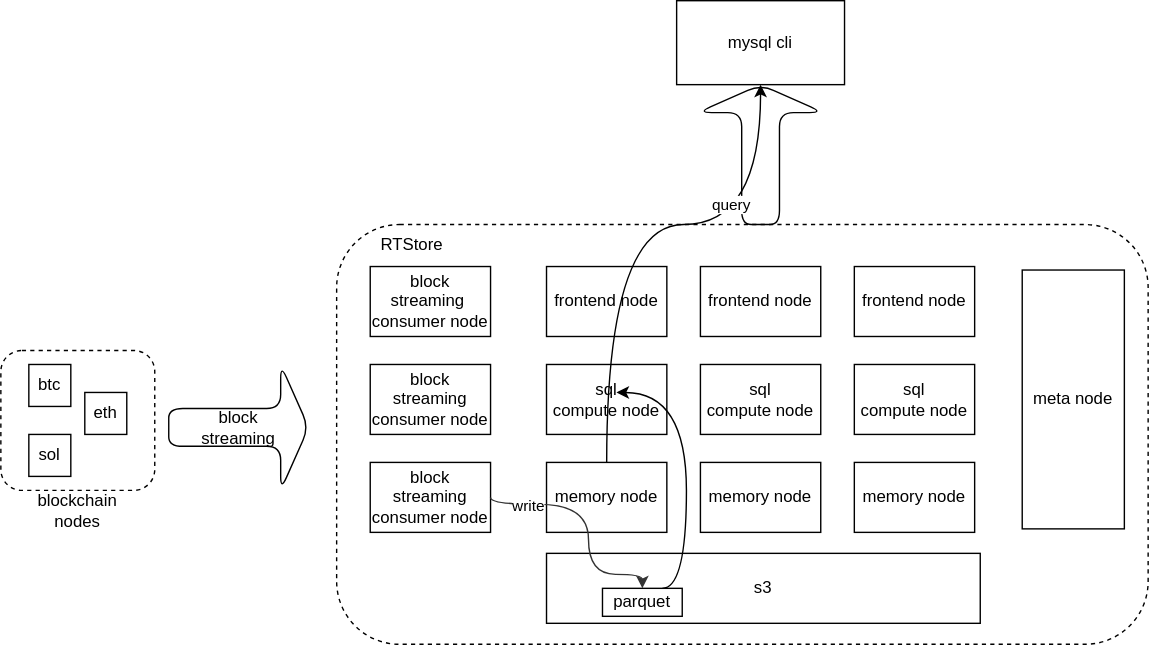
Before: docs/rtstore_arch.svg, a diagram exported from draw.io (dbpunk-labs/db3). Source tidied: cells renumbered, new cells last; positions are measured from the earlier drawing's top-left corner, leaving out a move shared by most shapes. Source of this version:
```xml
<mxGraphModel>
  <root>
    <mxCell id="0" />
    <mxCell id="1" parent="0" />
    <mxCell id="2" style="whiteSpace=wrap;html=1;sketch=0;dashed=1;rounded=1;fillColor=none;" parent="1" vertex="1">
      <mxGeometry y="250" width="110" height="100" as="geometry" />
    </mxCell>
    <mxCell id="3" value="btc" style="whiteSpace=wrap;html=1;sketch=0;rounded=0;fillColor=none;" parent="1" vertex="1">
      <mxGeometry x="20" y="260" width="30" height="30" as="geometry" />
    </mxCell>
    <mxCell id="4" value="sol" style="whiteSpace=wrap;html=1;sketch=0;rounded=0;fillColor=none;" parent="1" vertex="1">
      <mxGeometry x="20" y="310" width="30" height="30" as="geometry" />
    </mxCell>
    <mxCell id="5" value="eth" style="whiteSpace=wrap;html=1;sketch=0;rounded=0;fillColor=none;" parent="1" vertex="1">
      <mxGeometry x="60" y="280" width="30" height="30" as="geometry" />
    </mxCell>
    <mxCell id="6" value="blockchain&lt;br&gt;nodes" style="text;html=1;strokeColor=none;fillColor=none;align=center;verticalAlign=middle;whiteSpace=wrap;dashed=1;sketch=0;rounded=1;" parent="1" vertex="1">
      <mxGeometry x="25" y="350" width="60" height="30" as="geometry" />
    </mxCell>
    <mxCell id="7" value="block&lt;br&gt;streaming" style="shape=singleArrow;direction=east;whiteSpace=wrap;html=1;sketch=0;rounded=1;fillColor=none;" parent="1" vertex="1">
      <mxGeometry x="120" y="260" width="100" height="90" as="geometry" />
    </mxCell>
    <mxCell id="8" style="whiteSpace=wrap;html=1;sketch=0;dashed=1;rounded=1;fillColor=none;" parent="1" vertex="1">
      <mxGeometry x="240" y="160" width="580" height="300" as="geometry" />
    </mxCell>
    <mxCell id="9" value="block streaming&lt;br&gt;consumer node" style="whiteSpace=wrap;html=1;sketch=0;rounded=0;fillColor=none;" parent="1" vertex="1">
      <mxGeometry x="264" y="260" width="86" height="50" as="geometry" />
    </mxCell>
    <mxCell id="10" value="memory node" style="whiteSpace=wrap;html=1;sketch=0;rounded=0;fillColor=none;" parent="1" vertex="1">
      <mxGeometry x="390" y="330" width="86" height="50" as="geometry" />
    </mxCell>
    <mxCell id="11" value="memory node" style="whiteSpace=wrap;html=1;sketch=0;rounded=0;fillColor=none;" parent="1" vertex="1">
      <mxGeometry x="500" y="330" width="86" height="50" as="geometry" />
    </mxCell>
    <mxCell id="12" value="memory node" style="whiteSpace=wrap;html=1;sketch=0;rounded=0;fillColor=none;" parent="1" vertex="1">
      <mxGeometry x="610" y="330" width="86" height="50" as="geometry" />
    </mxCell>
    <mxCell id="13" value="s3" style="whiteSpace=wrap;html=1;sketch=0;rounded=0;fillColor=none;" parent="1" vertex="1">
      <mxGeometry x="390" y="395" width="310" height="50" as="geometry" />
    </mxCell>
    <mxCell id="14" value="meta node" style="whiteSpace=wrap;html=1;sketch=0;rounded=0;fillColor=none;" parent="1" vertex="1">
      <mxGeometry x="730" y="192.5" width="73" height="185" as="geometry" />
    </mxCell>
    <mxCell id="15" value="RTStore" style="text;html=1;strokeColor=none;fillColor=none;align=center;verticalAlign=middle;whiteSpace=wrap;sketch=0;rounded=1;" parent="1" vertex="1">
      <mxGeometry x="264" y="160" width="60" height="30" as="geometry" />
    </mxCell>
    <mxCell id="16" value="sql&lt;br&gt;compute node" style="whiteSpace=wrap;html=1;sketch=0;rounded=0;fillColor=none;" parent="1" vertex="1">
      <mxGeometry x="390" y="260" width="86" height="50" as="geometry" />
    </mxCell>
    <mxCell id="17" value="sql&lt;br&gt;compute node" style="whiteSpace=wrap;html=1;sketch=0;rounded=0;fillColor=none;" parent="1" vertex="1">
      <mxGeometry x="500" y="260" width="86" height="50" as="geometry" />
    </mxCell>
    <mxCell id="18" value="sql&lt;br&gt;compute node" style="whiteSpace=wrap;html=1;sketch=0;rounded=0;fillColor=none;" parent="1" vertex="1">
      <mxGeometry x="610" y="260" width="86" height="50" as="geometry" />
    </mxCell>
    <mxCell id="19" value="frontend node" style="whiteSpace=wrap;html=1;sketch=0;rounded=0;fillColor=none;" parent="1" vertex="1">
      <mxGeometry x="390" y="190" width="86" height="50" as="geometry" />
    </mxCell>
    <mxCell id="20" value="frontend node" style="whiteSpace=wrap;html=1;sketch=0;rounded=0;fillColor=none;" parent="1" vertex="1">
      <mxGeometry x="500" y="190" width="86" height="50" as="geometry" />
    </mxCell>
    <mxCell id="21" value="frontend node" style="whiteSpace=wrap;html=1;sketch=0;rounded=0;fillColor=none;" parent="1" vertex="1">
      <mxGeometry x="610" y="190" width="86" height="50" as="geometry" />
    </mxCell>
    <mxCell id="22" value="mysql cli" style="whiteSpace=wrap;html=1;sketch=0;rounded=0;fillColor=none;" parent="1" vertex="1">
      <mxGeometry x="483" width="120" height="60" as="geometry" />
    </mxCell>
    <mxCell id="23" value="block streaming&lt;br&gt;consumer node" style="whiteSpace=wrap;html=1;sketch=0;rounded=0;fillColor=none;" parent="1" vertex="1">
      <mxGeometry x="264" y="330" width="86" height="50" as="geometry" />
    </mxCell>
    <mxCell id="24" value="block streaming&amp;nbsp;&lt;br&gt;consumer node" style="whiteSpace=wrap;html=1;sketch=0;rounded=0;fillColor=none;" parent="1" vertex="1">
      <mxGeometry x="264" y="190" width="86" height="50" as="geometry" />
    </mxCell>
    <mxCell id="25" style="shape=singleArrow;direction=north;whiteSpace=wrap;html=1;sketch=0;rounded=1;fillColor=none;" parent="1" vertex="1">
      <mxGeometry x="498" y="60" width="90" height="100" as="geometry" />
    </mxCell>
    <mxCell id="26" style="curved=1;endArrow=classic;html=1;rounded=0;edgeStyle=orthogonalEdgeStyle;exitX=1;exitY=0.5;exitDx=0;exitDy=0;entryX=0.5;entryY=0;entryDx=0;entryDy=0;strokeColor=#333333;" parent="1" edge="1" source="23" target="28">
      <mxGeometry relative="1" as="geometry">
        <Array as="points">
          <mxPoint x="350" y="360" />
          <mxPoint x="420" y="360" />
          <mxPoint x="420" y="410" />
          <mxPoint x="459" y="410" />
        </Array>
      </mxGeometry>
    </mxCell>
    <mxCell id="27" value="write" style="edgeLabel;html=1;align=center;verticalAlign=middle;" parent="26" vertex="1">
      <mxGeometry x="-0.64" relative="1" as="geometry" />
    </mxCell>
    <mxCell id="28" value="parquet" style="rounded=0;whiteSpace=wrap;html=1;sketch=0;fillColor=none;" parent="1" vertex="1">
      <mxGeometry x="430" y="420" width="57" height="20" as="geometry" />
    </mxCell>
    <mxCell id="29" style="curved=1;endArrow=classic;html=1;rounded=0;edgeStyle=orthogonalEdgeStyle;" parent="1" edge="1" source="10" target="22">
      <mxGeometry relative="1" as="geometry">
        <Array as="points">
          <mxPoint x="433" y="160" />
          <mxPoint x="543" y="160" />
        </Array>
      </mxGeometry>
    </mxCell>
    <mxCell id="30" value="query" style="edgeLabel;html=1;align=center;verticalAlign=middle;" parent="29" vertex="1">
      <mxGeometry x="0.36" y="15" relative="1" as="geometry" />
    </mxCell>
    <mxCell id="31" style="curved=1;endArrow=classic;html=1;rounded=0;edgeStyle=orthogonalEdgeStyle;exitX=0.75;exitY=0;exitDx=0;exitDy=0;" parent="1" edge="1" source="28">
      <mxGeometry relative="1" as="geometry">
        <mxPoint x="440" y="280" as="targetPoint" />
        <Array as="points">
          <mxPoint x="490" y="420" />
          <mxPoint x="490" y="280" />
        </Array>
      </mxGeometry>
    </mxCell>
  </root>
</mxGraphModel>
```
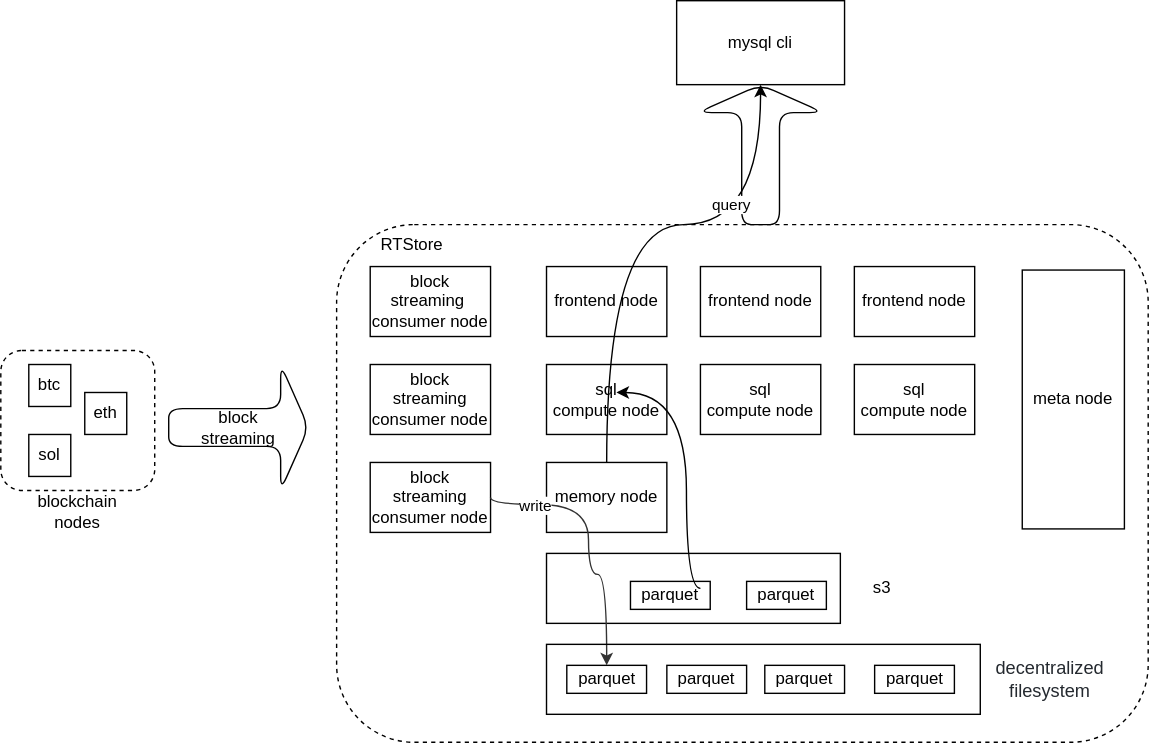
Above is the later version.

Commit message:
feat: add decentralized filesystem

The edit, as a diff of the source:
```diff
@@ -21,7 +21,7 @@
       <mxGeometry x="120" y="260" width="100" height="90" as="geometry" />
     </mxCell>
     <mxCell id="8" style="whiteSpace=wrap;html=1;sketch=0;dashed=1;rounded=1;fillColor=none;" parent="1" vertex="1">
-      <mxGeometry x="240" y="160" width="580" height="300" as="geometry" />
+      <mxGeometry x="240" y="160" width="580" height="370" as="geometry" />
     </mxCell>
     <mxCell id="9" value="block streaming&lt;br&gt;consumer node" style="whiteSpace=wrap;html=1;sketch=0;rounded=0;fillColor=none;" parent="1" vertex="1">
       <mxGeometry x="264" y="260" width="86" height="50" as="geometry" />
@@ -29,14 +29,8 @@
     <mxCell id="10" value="memory node" style="whiteSpace=wrap;html=1;sketch=0;rounded=0;fillColor=none;" parent="1" vertex="1">
       <mxGeometry x="390" y="330" width="86" height="50" as="geometry" />
     </mxCell>
-    <mxCell id="11" value="memory node" style="whiteSpace=wrap;html=1;sketch=0;rounded=0;fillColor=none;" parent="1" vertex="1">
-      <mxGeometry x="500" y="330" width="86" height="50" as="geometry" />
-    </mxCell>
-    <mxCell id="12" value="memory node" style="whiteSpace=wrap;html=1;sketch=0;rounded=0;fillColor=none;" parent="1" vertex="1">
-      <mxGeometry x="610" y="330" width="86" height="50" as="geometry" />
-    </mxCell>
-    <mxCell id="13" value="s3" style="whiteSpace=wrap;html=1;sketch=0;rounded=0;fillColor=none;" parent="1" vertex="1">
-      <mxGeometry x="390" y="395" width="310" height="50" as="geometry" />
+    <mxCell id="13" style="whiteSpace=wrap;html=1;sketch=0;rounded=0;fillColor=none;" parent="1" vertex="1">
+      <mxGeometry x="390" y="395" width="210" height="50" as="geometry" />
     </mxCell>
     <mxCell id="14" value="meta node" style="whiteSpace=wrap;html=1;sketch=0;rounded=0;fillColor=none;" parent="1" vertex="1">
       <mxGeometry x="730" y="192.5" width="73" height="185" as="geometry" />
@@ -74,13 +68,13 @@
     <mxCell id="25" style="shape=singleArrow;direction=north;whiteSpace=wrap;html=1;sketch=0;rounded=1;fillColor=none;" parent="1" vertex="1">
       <mxGeometry x="498" y="60" width="90" height="100" as="geometry" />
     </mxCell>
-    <mxCell id="26" style="curved=1;endArrow=classic;html=1;rounded=0;edgeStyle=orthogonalEdgeStyle;exitX=1;exitY=0.5;exitDx=0;exitDy=0;entryX=0.5;entryY=0;entryDx=0;entryDy=0;strokeColor=#333333;" parent="1" edge="1" source="23" target="28">
+    <mxCell id="26" style="curved=1;endArrow=classic;html=1;rounded=0;edgeStyle=orthogonalEdgeStyle;exitX=1;exitY=0.5;exitDx=0;exitDy=0;strokeColor=#333333;" parent="1" edge="1" source="23" target="33">
       <mxGeometry relative="1" as="geometry">
         <Array as="points">
           <mxPoint x="350" y="360" />
           <mxPoint x="420" y="360" />
           <mxPoint x="420" y="410" />
-          <mxPoint x="459" y="410" />
+          <mxPoint x="433" y="410" />
         </Array>
       </mxGeometry>
     </mxCell>
@@ -88,7 +82,7 @@
       <mxGeometry x="-0.64" relative="1" as="geometry" />
     </mxCell>
     <mxCell id="28" value="parquet" style="rounded=0;whiteSpace=wrap;html=1;sketch=0;fillColor=none;" parent="1" vertex="1">
-      <mxGeometry x="430" y="420" width="57" height="20" as="geometry" />
+      <mxGeometry x="450" y="415" width="57" height="20" as="geometry" />
     </mxCell>
     <mxCell id="29" style="curved=1;endArrow=classic;html=1;rounded=0;edgeStyle=orthogonalEdgeStyle;" parent="1" edge="1" source="10" target="22">
       <mxGeometry relative="1" as="geometry">
@@ -101,8 +95,9 @@
     <mxCell id="30" value="query" style="edgeLabel;html=1;align=center;verticalAlign=middle;" parent="29" vertex="1">
       <mxGeometry x="0.36" y="15" relative="1" as="geometry" />
     </mxCell>
-    <mxCell id="31" style="curved=1;endArrow=classic;html=1;rounded=0;edgeStyle=orthogonalEdgeStyle;exitX=0.75;exitY=0;exitDx=0;exitDy=0;" parent="1" edge="1" source="28">
+    <mxCell id="31" style="curved=1;endArrow=classic;html=1;rounded=0;edgeStyle=orthogonalEdgeStyle;" parent="1" edge="1">
       <mxGeometry relative="1" as="geometry">
+        <mxPoint x="500" y="420" as="sourcePoint" />
         <mxPoint x="440" y="280" as="targetPoint" />
         <Array as="points">
           <mxPoint x="490" y="420" />
@@ -110,5 +105,29 @@
         </Array>
       </mxGeometry>
     </mxCell>
+    <mxCell id="32" style="whiteSpace=wrap;html=1;sketch=0;rounded=0;fillColor=none;" parent="1" vertex="1">
+      <mxGeometry x="390" y="460" width="310" height="50" as="geometry" />
+    </mxCell>
+    <mxCell id="33" value="parquet" style="rounded=0;whiteSpace=wrap;html=1;sketch=0;fillColor=none;" parent="1" vertex="1">
+      <mxGeometry x="404.5" y="475" width="57" height="20" as="geometry" />
+    </mxCell>
+    <mxCell id="34" value="s3" style="text;html=1;strokeColor=none;fillColor=none;align=center;verticalAlign=middle;whiteSpace=wrap;rounded=0;sketch=0;" parent="1" vertex="1">
+      <mxGeometry x="600" y="405" width="60" height="30" as="geometry" />
+    </mxCell>
+    <mxCell id="35" value="&lt;span style=&quot;color: rgb(36 , 41 , 47) ; background-color: rgb(255 , 255 , 255)&quot;&gt;&lt;font style=&quot;font-size: 13px&quot;&gt;decentralized filesystem&lt;/font&gt;&lt;/span&gt;" style="text;html=1;strokeColor=none;fillColor=none;align=center;verticalAlign=middle;whiteSpace=wrap;rounded=0;sketch=0;" parent="1" vertex="1">
+      <mxGeometry x="720" y="470" width="60" height="30" as="geometry" />
+    </mxCell>
+    <mxCell id="36" value="parquet" style="rounded=0;whiteSpace=wrap;html=1;sketch=0;fillColor=none;" parent="1" vertex="1">
+      <mxGeometry x="476" y="475" width="57" height="20" as="geometry" />
+    </mxCell>
+    <mxCell id="37" value="parquet" style="rounded=0;whiteSpace=wrap;html=1;sketch=0;fillColor=none;" parent="1" vertex="1">
+      <mxGeometry x="546" y="475" width="57" height="20" as="geometry" />
+    </mxCell>
+    <mxCell id="38" value="parquet" style="rounded=0;whiteSpace=wrap;html=1;sketch=0;fillColor=none;" parent="1" vertex="1">
+      <mxGeometry x="624.5" y="475" width="57" height="20" as="geometry" />
+    </mxCell>
+    <mxCell id="39" value="parquet" style="rounded=0;whiteSpace=wrap;html=1;sketch=0;fillColor=none;" parent="1" vertex="1">
+      <mxGeometry x="533" y="415" width="57" height="20" as="geometry" />
+    </mxCell>
   </root>
 </mxGraphModel>
```
